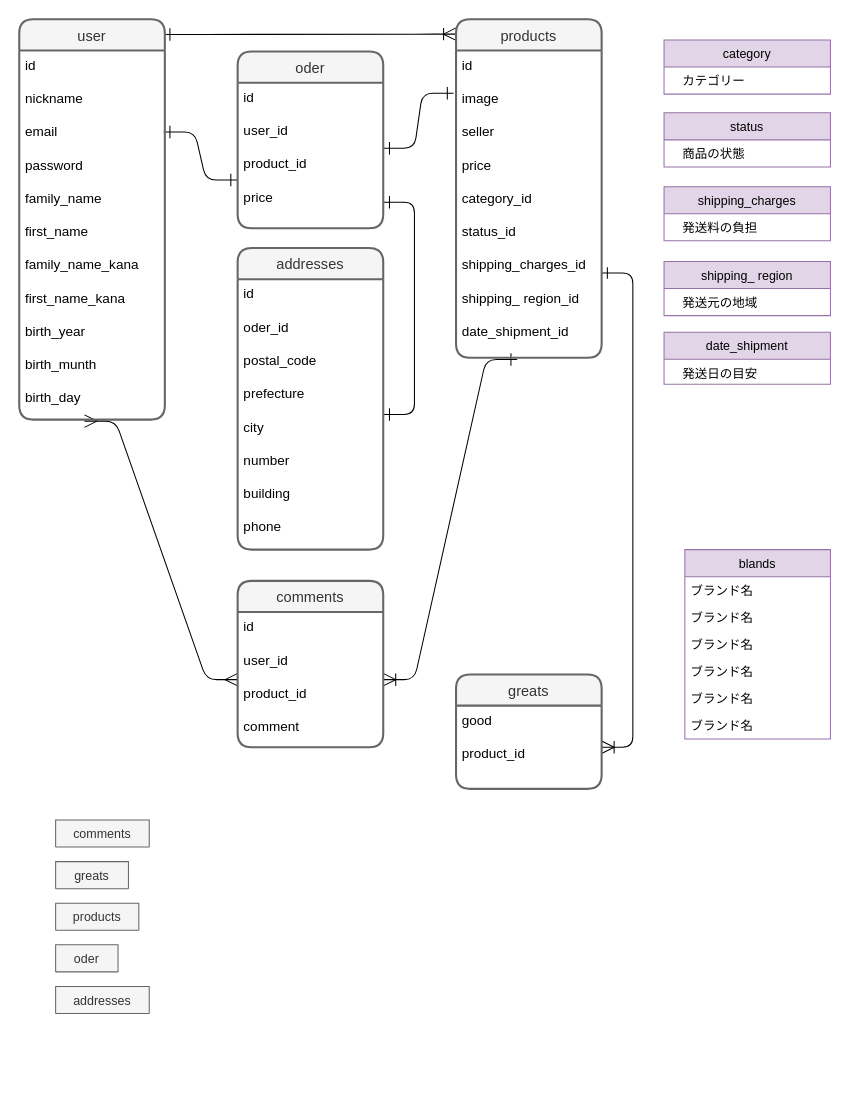
Earlier version of the draw.io diagram er.drawio (airi0623/furima-29182). Source tidied: cells renumbered, new cells numbered last; positions are measured from the earlier drawing's top-left corner, leaving out a move shared by most shapes. Both pictures are drawn from the tidied source at 104%, with x=0, y=0 at pixel (19, 19).
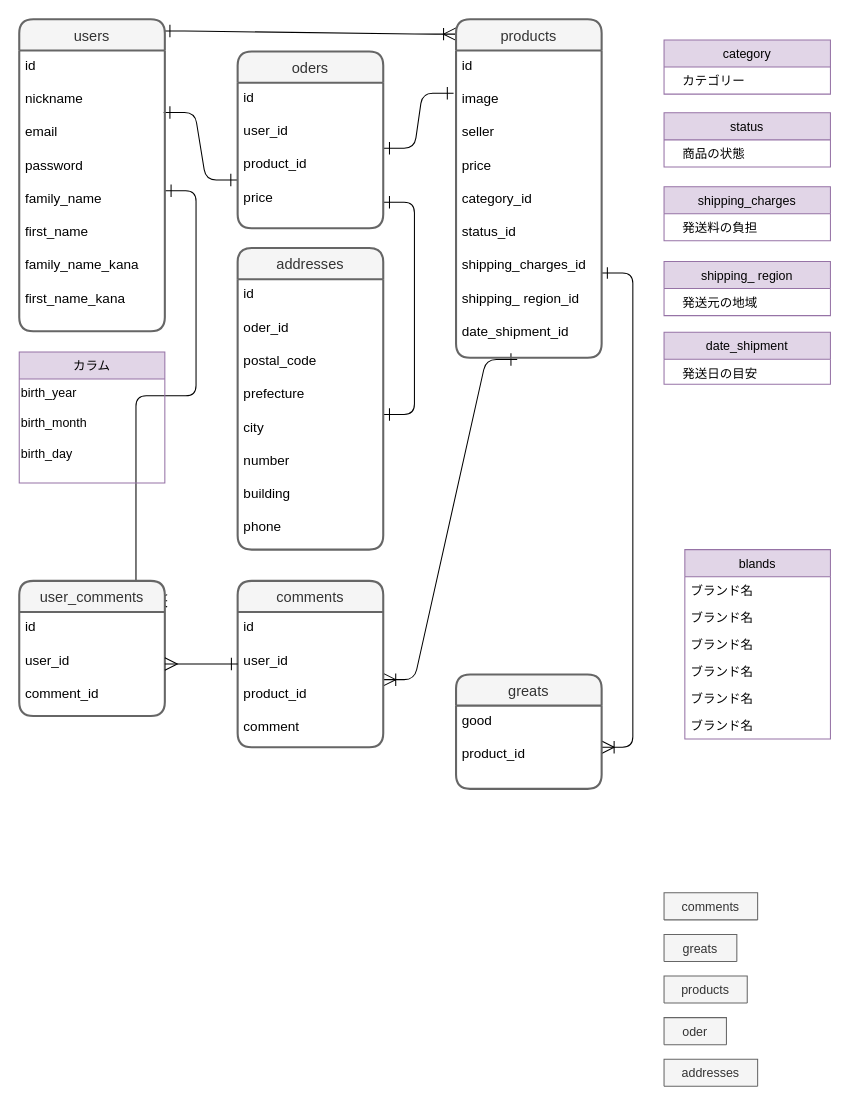
The same diagram, later.

Commit message:
er.drawio を更新します

The change refers to these unchanged cells:
```xml
<mxCell id="38" value="comments" style="swimlane;horizontal=1;startSize=30;rounded=1;fontSize=14;fontStyle=0;strokeWidth=2;shadow=0;dashed=0;align=center;fillColor=#f5f5f5;strokeColor=#666666;fontColor=#333333;" parent="1" vertex="1">
  <mxGeometry x="210" y="540" width="140" height="160" as="geometry" />
</mxCell>
<mxCell id="39" value="id&#10;&#10;user_id&#10;&#10;product_id&#10;&#10;comment&#10;" style="align=left;strokeColor=none;fillColor=none;spacingLeft=4;fontSize=13;verticalAlign=top;" parent="38" vertex="1">
  <mxGeometry y="30" width="140" height="130" as="geometry" />
</mxCell>
```

Diff of the diagram source:
```diff
@@
-    <mxCell id="16" style="edgeStyle=entityRelationEdgeStyle;fontSize=12;html=1;endArrow=ERmany;startArrow=ERmany;startFill=0;endFill=0;entryX=0;entryY=0.5;entryDx=0;entryDy=0;exitX=0.448;exitY=1.004;exitDx=0;exitDy=0;exitPerimeter=0;endSize=10;startSize=10;" parent="1" edge="1" source="27" target="39">
+    <mxCell id="16" style="edgeStyle=entityRelationEdgeStyle;fontSize=12;html=1;endArrow=ERone;startArrow=ERmany;startFill=0;endFill=0;exitX=1.016;exitY=0.148;exitDx=0;exitDy=0;exitPerimeter=0;endSize=10;startSize=10;" parent="1" edge="1" source="51" target="27">
       <mxGeometry relative="1" as="geometry" />
     </mxCell>
@@
-    <mxCell id="26" value="user" style="swimlane;horizontal=1;startSize=30;rounded=1;fontSize=14;fontStyle=0;strokeWidth=2;shadow=0;dashed=0;align=center;fillColor=#f5f5f5;strokeColor=#666666;fontColor=#333333;" parent="1" vertex="1">
-      <mxGeometry width="140" height="385" as="geometry" />
+    <mxCell id="26" value="users" style="swimlane;horizontal=1;startSize=30;rounded=1;fontSize=14;fontStyle=0;strokeWidth=2;shadow=0;dashed=0;align=center;fillColor=#f5f5f5;strokeColor=#666666;fontColor=#333333;" parent="1" vertex="1">
+      <mxGeometry width="140" height="300" as="geometry" />
     </mxCell>
-    <mxCell id="27" value="id&#10;&#10;nickname&#10;&#10;email&#10;&#10;password&#10;&#10;family_name&#10;&#10;first_name&#10;&#10;family_name_kana&#10;&#10;first_name_kana&#10;&#10;birth_year&#10;&#10;birth_munth &#10;&#10;birth_day&#10;&#10;" style="align=left;strokeColor=none;fillColor=none;spacingLeft=4;fontSize=13;verticalAlign=top;" parent="26" vertex="1">
-      <mxGeometry y="30" width="140" height="355" as="geometry" />
+    <mxCell id="27" value="id&#10;&#10;nickname&#10;&#10;email&#10;&#10;password&#10;&#10;family_name&#10;&#10;first_name&#10;&#10;family_name_kana&#10;&#10;first_name_kana&#10;&#10;" style="align=left;strokeColor=none;fillColor=none;spacingLeft=4;fontSize=13;verticalAlign=top;" parent="26" vertex="1">
+      <mxGeometry y="30" width="140" height="270" as="geometry" />
     </mxCell>
@@
-    <mxCell id="32" value="oder" style="swimlane;horizontal=1;startSize=30;rounded=1;fontSize=14;fontStyle=0;strokeWidth=2;shadow=0;dashed=0;align=center;fillColor=#f5f5f5;strokeColor=#666666;fontColor=#333333;" parent="1" vertex="1">
+    <mxCell id="32" value="oders" style="swimlane;horizontal=1;startSize=30;rounded=1;fontSize=14;fontStyle=0;strokeWidth=2;shadow=0;dashed=0;align=center;fillColor=#f5f5f5;strokeColor=#666666;fontColor=#333333;" parent="1" vertex="1">
       <mxGeometry x="210" y="31" width="140" height="170" as="geometry" />
     </mxCell>
@@
     <mxCell id="44" value="greats" style="swimlane;fontStyle=0;horizontal=1;startSize=26;fillColor=#f5f5f5;strokeColor=#666666;fontColor=#333333;" parent="1" vertex="1" collapsed="1">
-      <mxGeometry x="35" y="810" width="70" height="26" as="geometry" />
+      <mxGeometry x="620" y="880" width="70" height="26" as="geometry" />
     </mxCell>
     <mxCell id="45" value="comments" style="swimlane;fontStyle=0;horizontal=1;startSize=26;fillColor=#f5f5f5;strokeColor=#666666;fontColor=#333333;" parent="1" vertex="1" collapsed="1">
-      <mxGeometry x="35" y="770" width="90" height="26" as="geometry" />
+      <mxGeometry x="620" y="840" width="90" height="26" as="geometry" />
     </mxCell>
     <mxCell id="46" value="products" style="swimlane;fontStyle=0;horizontal=1;startSize=26;fillColor=#f5f5f5;strokeColor=#666666;fontColor=#333333;" parent="1" vertex="1" collapsed="1">
-      <mxGeometry x="35" y="850" width="80" height="26" as="geometry" />
+      <mxGeometry x="620" y="920" width="80" height="26" as="geometry" />
     </mxCell>
+    <mxCell id="49" value="カラム" style="swimlane;fontStyle=0;horizontal=1;startSize=26;fillColor=#e1d5e7;strokeColor=#9673a6;" parent="1" vertex="1">
+      <mxGeometry y="320" width="140" height="126" as="geometry" />
+    </mxCell>
+    <mxCell id="50" value="birth_year&lt;br style=&quot;padding: 0px ; margin: 0px&quot;&gt;&lt;br style=&quot;padding: 0px ; margin: 0px&quot;&gt;birth_month &amp;nbsp;&lt;br style=&quot;padding: 0px ; margin: 0px&quot;&gt;&lt;br style=&quot;padding: 0px ; margin: 0px&quot;&gt;birth_day&lt;div style=&quot;padding: 0px ; margin: 0px&quot;&gt;&lt;br style=&quot;padding: 0px; margin: 0px; color: rgb(0, 0, 0); font-family: helvetica; font-size: 13px; font-style: normal; font-weight: 400; letter-spacing: normal; text-align: left; text-indent: 0px; text-transform: none; word-spacing: 0px; background-color: rgb(248, 249, 250);&quot;&gt;&lt;/div&gt;" style="text;whiteSpace=wrap;html=1;" parent="49" vertex="1">
+      <mxGeometry y="26" width="140" height="100" as="geometry" />
+    </mxCell>
     <mxCell id="47" value="oder" style="swimlane;fontStyle=0;horizontal=1;startSize=26;fillColor=#f5f5f5;strokeColor=#666666;fontColor=#333333;" parent="1" vertex="1" collapsed="1">
-      <mxGeometry x="35" y="890" width="60" height="26" as="geometry" />
+      <mxGeometry x="620" y="960" width="60" height="26" as="geometry" />
     </mxCell>
     <mxCell id="48" value="addresses" style="swimlane;fontStyle=0;horizontal=1;startSize=26;fillColor=#f5f5f5;strokeColor=#666666;fontColor=#333333;" parent="1" vertex="1" collapsed="1">
-      <mxGeometry x="35" y="930" width="90" height="26" as="geometry" />
+      <mxGeometry x="620" y="1000" width="90" height="26" as="geometry" />
     </mxCell>
+    <mxCell id="51" value="user_comments" style="swimlane;horizontal=1;startSize=30;rounded=1;fontSize=14;fontStyle=0;strokeWidth=2;shadow=0;dashed=0;align=center;fillColor=#f5f5f5;strokeColor=#666666;fontColor=#333333;" parent="1" vertex="1">
+      <mxGeometry y="540" width="140" height="130" as="geometry" />
+    </mxCell>
+    <mxCell id="52" value="id&#10;&#10;user_id&#10;&#10;comment_id&#10;" style="align=left;strokeColor=none;fillColor=none;spacingLeft=4;fontSize=13;verticalAlign=top;" parent="51" vertex="1">
+      <mxGeometry y="30" width="140" height="100" as="geometry" />
+    </mxCell>
+    <mxCell id="53" style="edgeStyle=orthogonalEdgeStyle;rounded=0;orthogonalLoop=1;jettySize=auto;html=1;exitX=0.5;exitY=1;exitDx=0;exitDy=0;startArrow=ERmany;startFill=0;endArrow=ERoneToMany;endFill=0;fontSize=13;" parent="51" edge="1" source="52" target="52">
+      <mxGeometry relative="1" as="geometry" />
+    </mxCell>
+    <mxCell id="54" style="edgeStyle=entityRelationEdgeStyle;fontSize=12;html=1;endArrow=ERone;startArrow=ERmany;startFill=0;endFill=0;entryX=0;entryY=0.5;entryDx=0;entryDy=0;endSize=10;startSize=10;exitX=1;exitY=0.5;exitDx=0;exitDy=0;" parent="1" edge="1" source="52" target="38">
+      <mxGeometry relative="1" as="geometry" />
+    </mxCell>
```
